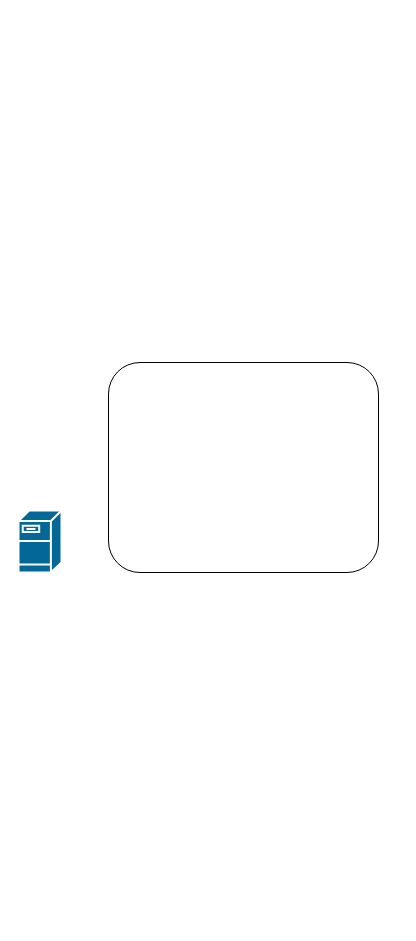
poetlife/diagrams keeps this draw.io diagram as system-design.drawio. Above is the earlier version. Source tidied: cells renumbered, new cells numbered last; positions are measured from the earlier drawing's top-left corner, leaving out a move shared by most shapes. Both pictures are drawn from the tidied source at 100%, with x=0, y=0 at pixel (18, 362).
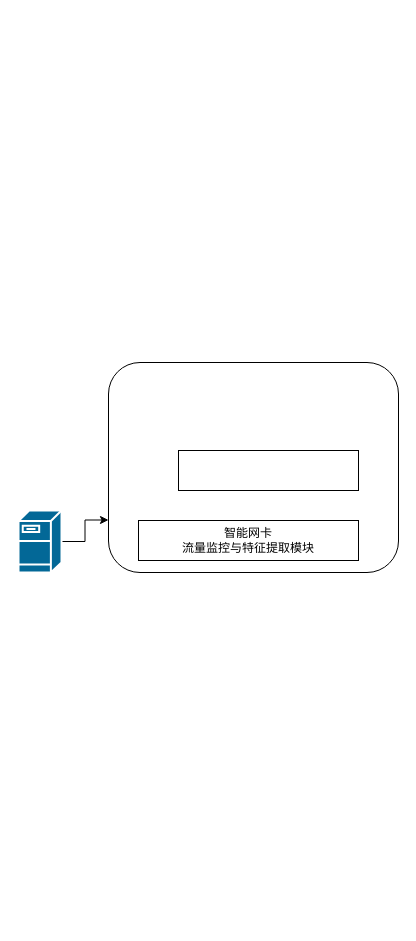
The same page after the edit.

Diff of the diagram source:
```diff
@@
 <mxGraphModel>
   <root>
     <mxCell id="0" />
     <mxCell id="1" parent="0" />
+    <mxCell id="4" style="edgeStyle=orthogonalEdgeStyle;rounded=0;jettySize=auto;html=1;exitX=1;exitY=0.5;exitDx=0;exitDy=0;exitPerimeter=0;entryX=0;entryY=0.75;entryDx=0;entryDy=0;" parent="1" edge="1" source="2" target="3">
+      <mxGeometry relative="1" as="geometry" />
+    </mxCell>
     <mxCell id="2" style="shape=mxgraph.cisco.servers.fileserver;sketch=0;html=1;dashed=0;fillColor=#036897;strokeColor=#ffffff;strokeWidth=2;verticalLabelPosition=bottom;verticalAlign=top;align=center;outlineConnect=0;" parent="1" vertex="1">
       <mxGeometry y="148" width="43" height="62" as="geometry" />
     </mxCell>
     <mxCell id="3" style="rounded=1;whiteSpace=wrap;html=1;" parent="1" vertex="1">
-      <mxGeometry x="90" width="270" height="210" as="geometry" />
+      <mxGeometry x="90" width="290" height="210" as="geometry" />
     </mxCell>
+    <mxCell id="5" value="智能网卡&lt;br&gt;流量监控与特征提取模块" style="rounded=0;whiteSpace=wrap;html=1;" parent="1" vertex="1">
+      <mxGeometry x="120" y="158" width="220" height="40" as="geometry" />
+    </mxCell>
+    <mxCell id="6" value="&lt;br&gt;&lt;br&gt;&lt;br&gt;&lt;br&gt;&lt;br&gt;&lt;br&gt;&lt;br&gt;&lt;br&gt;&lt;br&gt;&lt;br&gt;&lt;br&gt;&lt;br&gt;&lt;br&gt;&lt;br&gt;&lt;br&gt;&lt;br&gt;&lt;br&gt;&lt;br&gt;&lt;br&gt;&lt;br&gt;&lt;br&gt;&lt;br&gt;&lt;br&gt;&lt;br&gt;&lt;br&gt;&lt;br&gt;&lt;br&gt;&lt;br&gt;&lt;br&gt;&lt;br&gt;&lt;br&gt;&lt;br&gt;&lt;br&gt;&lt;br&gt;&lt;br&gt;&lt;br&gt;&lt;br&gt;&lt;br&gt;&lt;br&gt;&lt;br&gt;&lt;br&gt;&lt;br&gt;&lt;br&gt;&lt;br&gt;&lt;br&gt;&lt;br&gt;&lt;br&gt;&lt;br&gt;&lt;br&gt;&lt;br&gt;&lt;br&gt;&lt;br&gt;&lt;br&gt;&lt;br&gt;&lt;br&gt;&lt;br&gt;&lt;br&gt;&lt;br&gt;&lt;br&gt;&lt;br&gt;&lt;br&gt;&lt;br&gt;&lt;br&gt;" style="rounded=0;whiteSpace=wrap;html=1;" parent="1" vertex="1">
+      <mxGeometry x="160" y="88" width="180" height="40" as="geometry" />
+    </mxCell>
   </root>
 </mxGraphModel>
```
